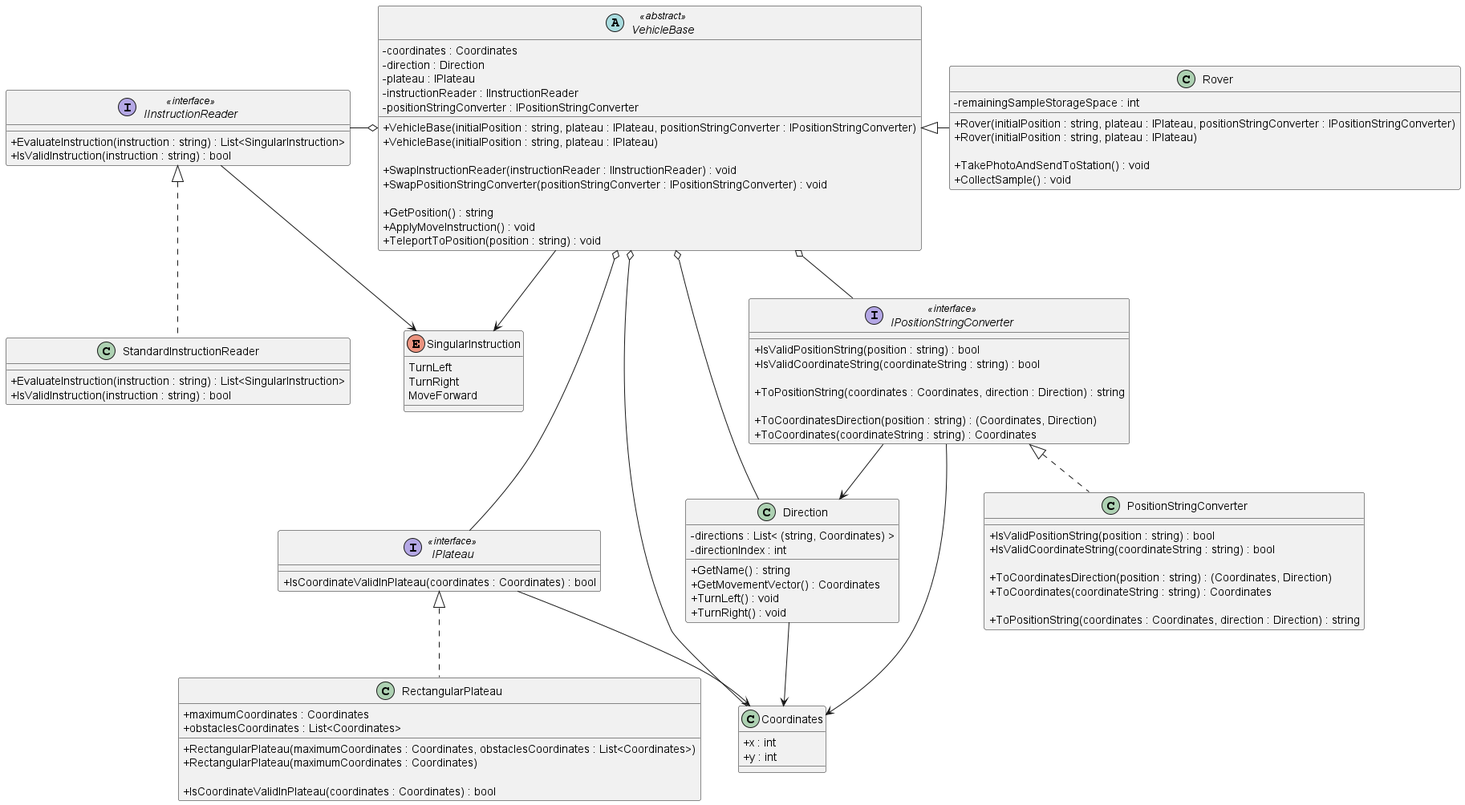
Before: puml/Mars Rover Challenge.png, a diagram exported from PlantUML (iamfranco/MarsRoverChallenge).
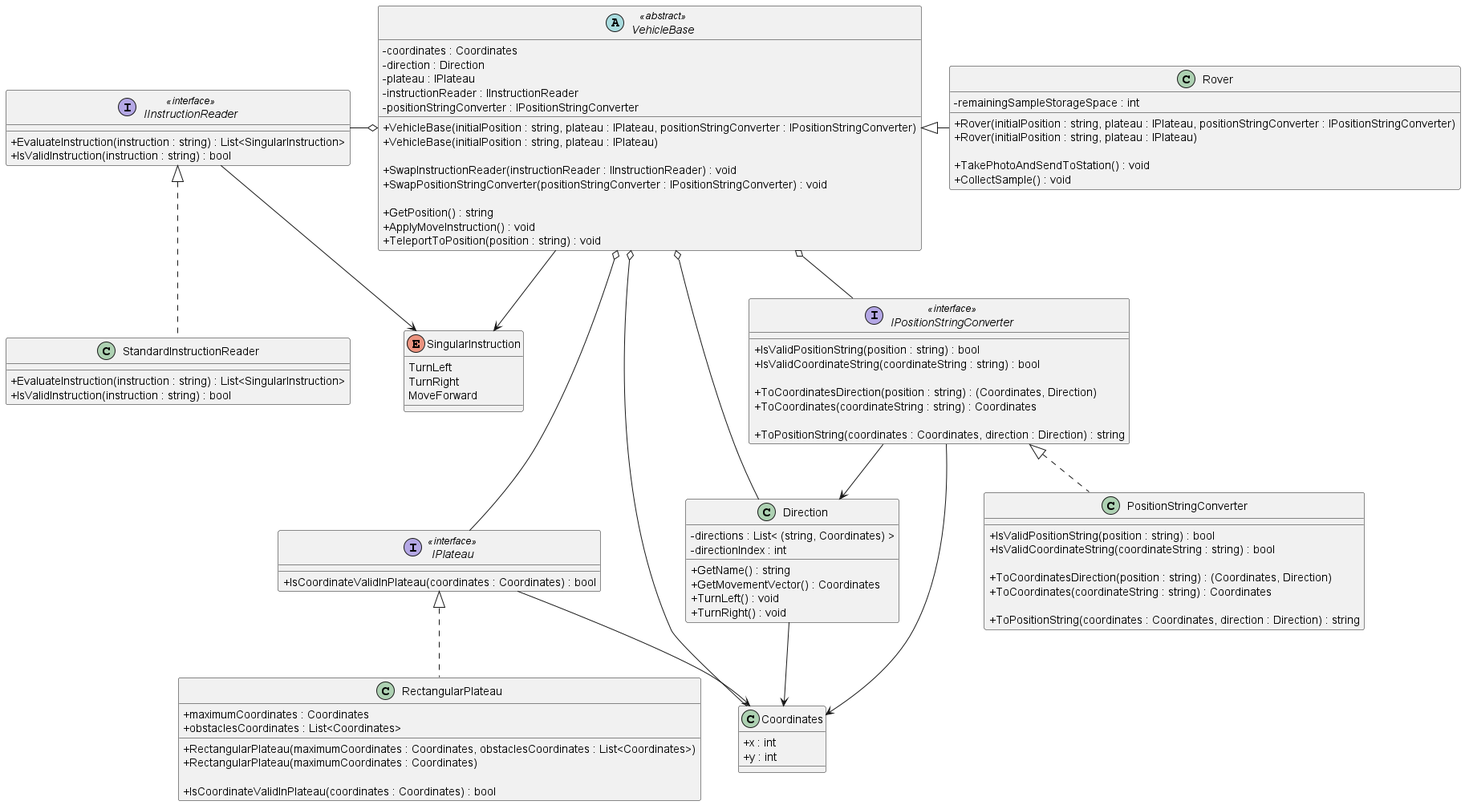
After the commit.

Commit message:
UML: reorder IPositionStringConverter methods

The edit, as a diff of the source:
```diff
@@ -58,10 +58,10 @@
   + IsValidPositionString(position : string) : bool
   + IsValidCoordinateString(coordinateString : string) : bool
 
-  + ToPositionString(coordinates : Coordinates, direction : Direction) : string
-
   + ToCoordinatesDirection(position : string) : (Coordinates, Direction)
   + ToCoordinates(coordinateString : string) : Coordinates
+
+  + ToPositionString(coordinates : Coordinates, direction : Direction) : string
 }
 
 class PositionStringConverter
```
